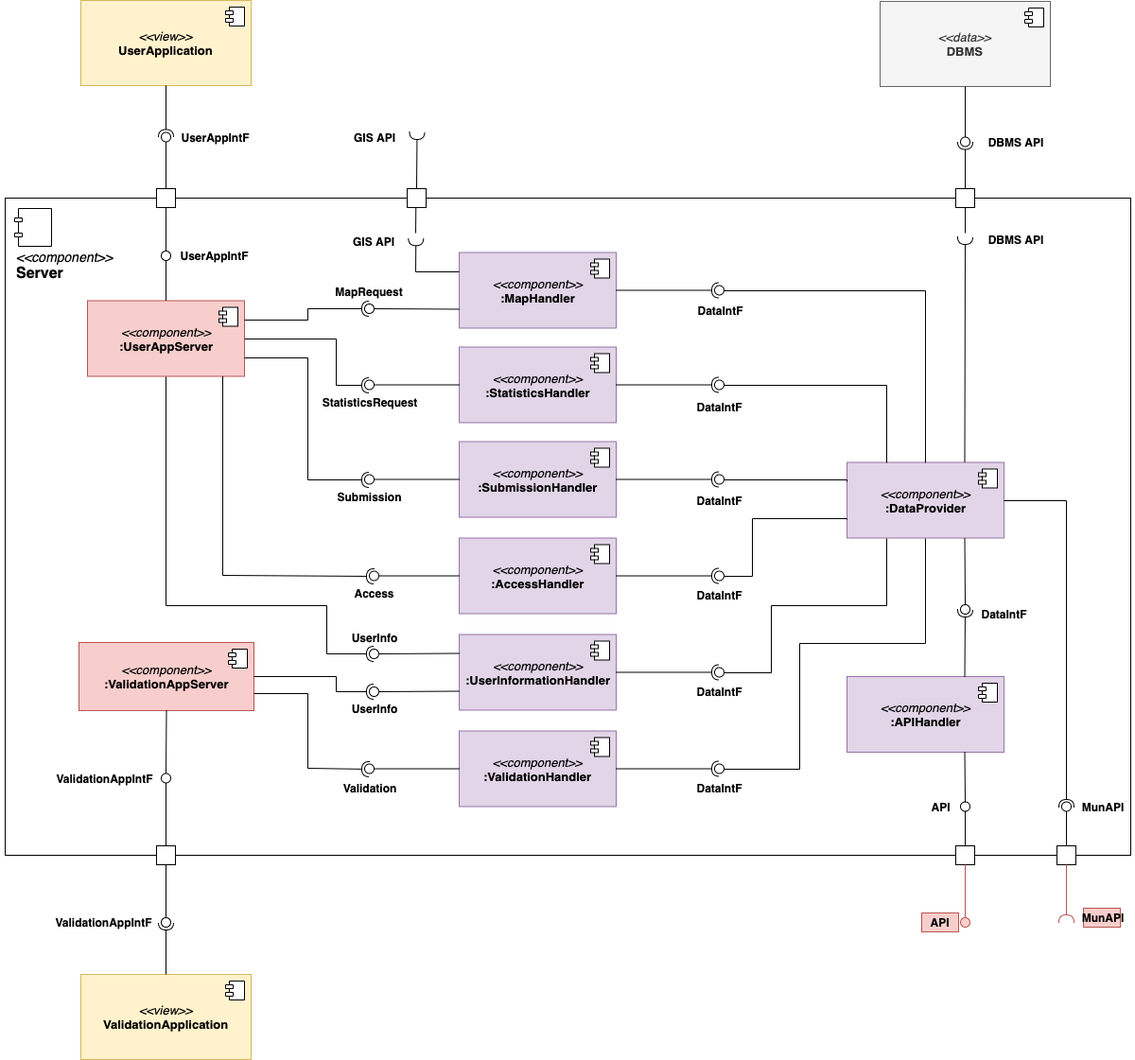
amecava/safestreets keeps this draw.io diagram as Releases/DD/img/diagrams/ServerComponent.png. Above is the earlier version. Source tidied: cells renumbered, new cells last; positions are measured from the earlier drawing's top-left corner, leaving out a move shared by most shapes.
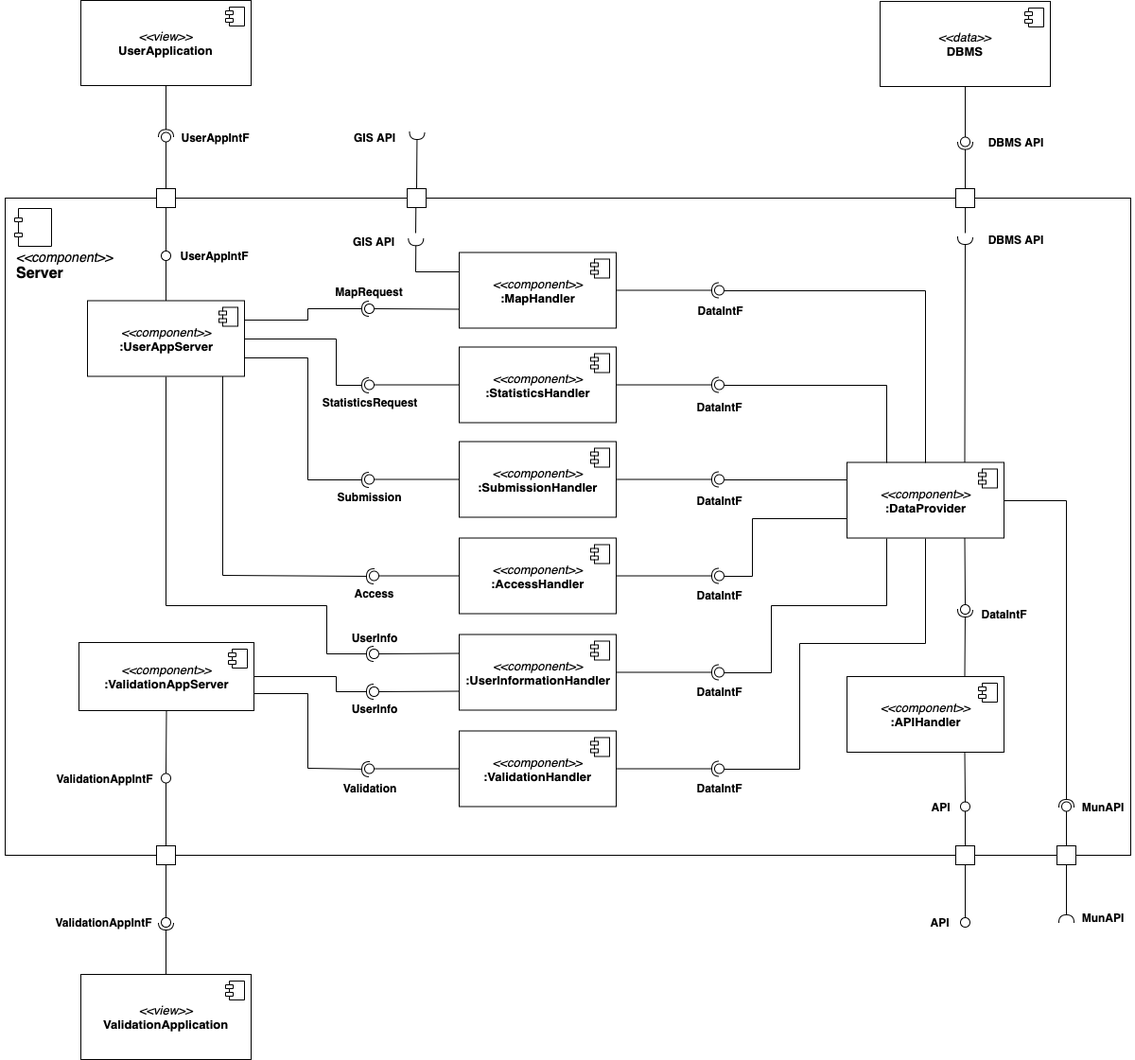
After the change.

Change to the diagram source:
```diff
@@ -10,7 +10,7 @@
         <mxPoint x="-1180" y="11" as="offset" />
       </mxGeometry>
     </mxCell>
-    <mxCell id="4" value="&lt;font style=&quot;font-size: 13px&quot;&gt;&lt;font style=&quot;text-align: left ; white-space: normal ; font-size: 13px&quot;&gt;&lt;i&gt;&amp;lt;&amp;lt;component&amp;gt;&amp;gt;&lt;/i&gt;&lt;br&gt;&lt;/font&gt;&lt;b style=&quot;text-align: left ; white-space: normal&quot;&gt;&lt;font style=&quot;font-size: 13px&quot;&gt;:UserAppServer&lt;/font&gt;&lt;/b&gt;&lt;/font&gt;" style="html=1;fillColor=#f8cecc;strokeColor=#b85450;" parent="2" vertex="1">
+    <mxCell id="4" value="&lt;font style=&quot;font-size: 13px&quot;&gt;&lt;font style=&quot;text-align: left ; white-space: normal ; font-size: 13px&quot;&gt;&lt;i&gt;&amp;lt;&amp;lt;component&amp;gt;&amp;gt;&lt;/i&gt;&lt;br&gt;&lt;/font&gt;&lt;b style=&quot;text-align: left ; white-space: normal&quot;&gt;&lt;font style=&quot;font-size: 13px&quot;&gt;:UserAppServer&lt;/font&gt;&lt;/b&gt;&lt;/font&gt;" style="html=1;" parent="2" vertex="1">
       <mxGeometry x="87" y="108.5" width="166" height="80" as="geometry" />
     </mxCell>
     <mxCell id="5" style="shape=component;jettyWidth=8;jettyHeight=4;" parent="4" vertex="1">
@@ -18,7 +18,7 @@
         <mxPoint x="-27" y="7" as="offset" />
       </mxGeometry>
     </mxCell>
-    <mxCell id="6" value="&lt;font style=&quot;font-size: 13px&quot;&gt;&lt;font style=&quot;text-align: left ; white-space: normal ; font-size: 13px&quot;&gt;&lt;i&gt;&amp;lt;&amp;lt;component&amp;gt;&amp;gt;&lt;/i&gt;&lt;br&gt;&lt;/font&gt;&lt;b style=&quot;text-align: left ; white-space: normal&quot;&gt;&lt;font style=&quot;font-size: 13px&quot;&gt;:ValidationAppServer&lt;/font&gt;&lt;/b&gt;&lt;/font&gt;" style="html=1;fillColor=#f8cecc;strokeColor=#b85450;" parent="2" vertex="1">
+    <mxCell id="6" value="&lt;font style=&quot;font-size: 13px&quot;&gt;&lt;font style=&quot;text-align: left ; white-space: normal ; font-size: 13px&quot;&gt;&lt;i&gt;&amp;lt;&amp;lt;component&amp;gt;&amp;gt;&lt;/i&gt;&lt;br&gt;&lt;/font&gt;&lt;b style=&quot;text-align: left ; white-space: normal&quot;&gt;&lt;font style=&quot;font-size: 13px&quot;&gt;:ValidationAppServer&lt;/font&gt;&lt;/b&gt;&lt;/font&gt;" style="html=1;" parent="2" vertex="1">
       <mxGeometry x="78" y="470" width="185" height="72" as="geometry" />
     </mxCell>
     <mxCell id="7" style="shape=component;jettyWidth=8;jettyHeight=4;" parent="6" vertex="1">
@@ -47,7 +47,7 @@
     <mxCell id="14" value="&lt;font style=&quot;font-size: 14px&quot;&gt;&lt;i&gt;&amp;lt;&amp;lt;component&amp;gt;&amp;gt;&lt;/i&gt;&lt;br&gt;&lt;/font&gt;&lt;b&gt;&lt;font style=&quot;font-size: 16px&quot;&gt;Server&lt;/font&gt;&lt;/b&gt;" style="text;html=1;strokeColor=none;fillColor=none;align=left;verticalAlign=middle;whiteSpace=wrap;rounded=0;" parent="2" vertex="1">
       <mxGeometry x="10" y="61" width="40" height="20" as="geometry" />
     </mxCell>
-    <mxCell id="15" value="&lt;font style=&quot;font-size: 13px&quot;&gt;&lt;font style=&quot;text-align: left ; white-space: normal ; font-size: 13px&quot;&gt;&lt;i&gt;&amp;lt;&amp;lt;component&amp;gt;&amp;gt;&lt;/i&gt;&lt;br&gt;&lt;/font&gt;&lt;b style=&quot;text-align: left ; white-space: normal&quot;&gt;&lt;font style=&quot;font-size: 13px&quot;&gt;:DataProvider&lt;/font&gt;&lt;/b&gt;&lt;/font&gt;" style="html=1;fillColor=#e1d5e7;strokeColor=#9673a6;" parent="2" vertex="1">
+    <mxCell id="15" value="&lt;font style=&quot;font-size: 13px&quot;&gt;&lt;font style=&quot;text-align: left ; white-space: normal ; font-size: 13px&quot;&gt;&lt;i&gt;&amp;lt;&amp;lt;component&amp;gt;&amp;gt;&lt;/i&gt;&lt;br&gt;&lt;/font&gt;&lt;b style=&quot;text-align: left ; white-space: normal&quot;&gt;&lt;font style=&quot;font-size: 13px&quot;&gt;:DataProvider&lt;/font&gt;&lt;/b&gt;&lt;/font&gt;" style="html=1;" parent="2" vertex="1">
       <mxGeometry x="890" y="279.5" width="166" height="80" as="geometry" />
     </mxCell>
     <mxCell id="16" style="shape=component;jettyWidth=8;jettyHeight=4;" parent="15" vertex="1">
@@ -55,7 +55,7 @@
         <mxPoint x="-27" y="7" as="offset" />
       </mxGeometry>
     </mxCell>
-    <mxCell id="17" value="&lt;font style=&quot;font-size: 13px&quot;&gt;&lt;font style=&quot;text-align: left ; white-space: normal ; font-size: 13px&quot;&gt;&lt;i&gt;&amp;lt;&amp;lt;component&amp;gt;&amp;gt;&lt;/i&gt;&lt;br&gt;&lt;/font&gt;&lt;b style=&quot;text-align: left ; white-space: normal&quot;&gt;&lt;font style=&quot;font-size: 13px&quot;&gt;:APIHandler&lt;/font&gt;&lt;/b&gt;&lt;/font&gt;" style="html=1;fillColor=#e1d5e7;strokeColor=#9673a6;" parent="2" vertex="1">
+    <mxCell id="17" value="&lt;font style=&quot;font-size: 13px&quot;&gt;&lt;font style=&quot;text-align: left ; white-space: normal ; font-size: 13px&quot;&gt;&lt;i&gt;&amp;lt;&amp;lt;component&amp;gt;&amp;gt;&lt;/i&gt;&lt;br&gt;&lt;/font&gt;&lt;b style=&quot;text-align: left ; white-space: normal&quot;&gt;&lt;font style=&quot;font-size: 13px&quot;&gt;:APIHandler&lt;/font&gt;&lt;/b&gt;&lt;/font&gt;" style="html=1;" parent="2" vertex="1">
       <mxGeometry x="890" y="506" width="166" height="80" as="geometry" />
     </mxCell>
     <mxCell id="18" style="shape=component;jettyWidth=8;jettyHeight=4;" parent="17" vertex="1">
@@ -63,7 +63,7 @@
         <mxPoint x="-27" y="7" as="offset" />
       </mxGeometry>
     </mxCell>
-    <mxCell id="19" value="&lt;font style=&quot;font-size: 13px&quot;&gt;&lt;font style=&quot;text-align: left ; white-space: normal ; font-size: 13px&quot;&gt;&lt;i&gt;&amp;lt;&amp;lt;component&amp;gt;&amp;gt;&lt;/i&gt;&lt;br&gt;&lt;/font&gt;&lt;b style=&quot;text-align: left ; white-space: normal&quot;&gt;&lt;font style=&quot;font-size: 13px&quot;&gt;:UserInformationHandler&lt;/font&gt;&lt;/b&gt;&lt;/font&gt;" style="html=1;fillColor=#e1d5e7;strokeColor=#9673a6;" parent="2" vertex="1">
+    <mxCell id="19" value="&lt;font style=&quot;font-size: 13px&quot;&gt;&lt;font style=&quot;text-align: left ; white-space: normal ; font-size: 13px&quot;&gt;&lt;i&gt;&amp;lt;&amp;lt;component&amp;gt;&amp;gt;&lt;/i&gt;&lt;br&gt;&lt;/font&gt;&lt;b style=&quot;text-align: left ; white-space: normal&quot;&gt;&lt;font style=&quot;font-size: 13px&quot;&gt;:UserInformationHandler&lt;/font&gt;&lt;/b&gt;&lt;/font&gt;" style="html=1;" parent="2" vertex="1">
       <mxGeometry x="480" y="461.5" width="166" height="80" as="geometry" />
     </mxCell>
     <mxCell id="20" style="shape=component;jettyWidth=8;jettyHeight=4;" parent="19" vertex="1">
@@ -71,7 +71,7 @@
         <mxPoint x="-27" y="7" as="offset" />
       </mxGeometry>
     </mxCell>
-    <mxCell id="21" value="&lt;font style=&quot;font-size: 13px&quot;&gt;&lt;font style=&quot;text-align: left ; white-space: normal ; font-size: 13px&quot;&gt;&lt;i&gt;&amp;lt;&amp;lt;component&amp;gt;&amp;gt;&lt;/i&gt;&lt;br&gt;&lt;/font&gt;&lt;b style=&quot;text-align: left ; white-space: normal&quot;&gt;&lt;font style=&quot;font-size: 13px&quot;&gt;:AccessHandler&lt;/font&gt;&lt;/b&gt;&lt;/font&gt;" style="html=1;fillColor=#e1d5e7;strokeColor=#9673a6;" parent="2" vertex="1">
+    <mxCell id="21" value="&lt;font style=&quot;font-size: 13px&quot;&gt;&lt;font style=&quot;text-align: left ; white-space: normal ; font-size: 13px&quot;&gt;&lt;i&gt;&amp;lt;&amp;lt;component&amp;gt;&amp;gt;&lt;/i&gt;&lt;br&gt;&lt;/font&gt;&lt;b style=&quot;text-align: left ; white-space: normal&quot;&gt;&lt;font style=&quot;font-size: 13px&quot;&gt;:AccessHandler&lt;/font&gt;&lt;/b&gt;&lt;/font&gt;" style="html=1;" parent="2" vertex="1">
       <mxGeometry x="480" y="359.5" width="166" height="80" as="geometry" />
     </mxCell>
     <mxCell id="22" style="shape=component;jettyWidth=8;jettyHeight=4;" parent="21" vertex="1">
@@ -79,7 +79,7 @@
         <mxPoint x="-27" y="7" as="offset" />
       </mxGeometry>
     </mxCell>
-    <mxCell id="23" value="&lt;font style=&quot;font-size: 13px&quot;&gt;&lt;font style=&quot;text-align: left ; white-space: normal ; font-size: 13px&quot;&gt;&lt;i&gt;&amp;lt;&amp;lt;component&amp;gt;&amp;gt;&lt;/i&gt;&lt;br&gt;&lt;/font&gt;&lt;b style=&quot;text-align: left ; white-space: normal&quot;&gt;&lt;font style=&quot;font-size: 13px&quot;&gt;:MapHandler&lt;/font&gt;&lt;/b&gt;&lt;/font&gt;" style="html=1;fillColor=#e1d5e7;strokeColor=#9673a6;" parent="2" vertex="1">
+    <mxCell id="23" value="&lt;font style=&quot;font-size: 13px&quot;&gt;&lt;font style=&quot;text-align: left ; white-space: normal ; font-size: 13px&quot;&gt;&lt;i&gt;&amp;lt;&amp;lt;component&amp;gt;&amp;gt;&lt;/i&gt;&lt;br&gt;&lt;/font&gt;&lt;b style=&quot;text-align: left ; white-space: normal&quot;&gt;&lt;font style=&quot;font-size: 13px&quot;&gt;:MapHandler&lt;/font&gt;&lt;/b&gt;&lt;/font&gt;" style="html=1;" parent="2" vertex="1">
       <mxGeometry x="480" y="57.5" width="166" height="80" as="geometry" />
     </mxCell>
     <mxCell id="24" style="shape=component;jettyWidth=8;jettyHeight=4;" parent="23" vertex="1">
@@ -87,7 +87,7 @@
         <mxPoint x="-27" y="7" as="offset" />
       </mxGeometry>
     </mxCell>
-    <mxCell id="25" value="&lt;font style=&quot;font-size: 13px&quot;&gt;&lt;font style=&quot;text-align: left ; white-space: normal ; font-size: 13px&quot;&gt;&lt;i&gt;&amp;lt;&amp;lt;component&amp;gt;&amp;gt;&lt;/i&gt;&lt;br&gt;&lt;/font&gt;&lt;b style=&quot;text-align: left ; white-space: normal&quot;&gt;&lt;font style=&quot;font-size: 13px&quot;&gt;:StatisticsHandler&lt;/font&gt;&lt;/b&gt;&lt;/font&gt;" style="html=1;fillColor=#e1d5e7;strokeColor=#9673a6;" parent="2" vertex="1">
+    <mxCell id="25" value="&lt;font style=&quot;font-size: 13px&quot;&gt;&lt;font style=&quot;text-align: left ; white-space: normal ; font-size: 13px&quot;&gt;&lt;i&gt;&amp;lt;&amp;lt;component&amp;gt;&amp;gt;&lt;/i&gt;&lt;br&gt;&lt;/font&gt;&lt;b style=&quot;text-align: left ; white-space: normal&quot;&gt;&lt;font style=&quot;font-size: 13px&quot;&gt;:StatisticsHandler&lt;/font&gt;&lt;/b&gt;&lt;/font&gt;" style="html=1;" parent="2" vertex="1">
       <mxGeometry x="480" y="157.5" width="166" height="80" as="geometry" />
     </mxCell>
     <mxCell id="26" style="shape=component;jettyWidth=8;jettyHeight=4;" parent="25" vertex="1">
@@ -95,7 +95,7 @@
         <mxPoint x="-27" y="7" as="offset" />
       </mxGeometry>
     </mxCell>
-    <mxCell id="27" value="&lt;font style=&quot;font-size: 13px&quot;&gt;&lt;font style=&quot;text-align: left ; white-space: normal ; font-size: 13px&quot;&gt;&lt;i&gt;&amp;lt;&amp;lt;component&amp;gt;&amp;gt;&lt;/i&gt;&lt;br&gt;&lt;/font&gt;&lt;b style=&quot;text-align: left ; white-space: normal&quot;&gt;&lt;font style=&quot;font-size: 13px&quot;&gt;:SubmissionHandler&lt;/font&gt;&lt;/b&gt;&lt;/font&gt;" style="html=1;fillColor=#e1d5e7;strokeColor=#9673a6;" parent="2" vertex="1">
+    <mxCell id="27" value="&lt;font style=&quot;font-size: 13px&quot;&gt;&lt;font style=&quot;text-align: left ; white-space: normal ; font-size: 13px&quot;&gt;&lt;i&gt;&amp;lt;&amp;lt;component&amp;gt;&amp;gt;&lt;/i&gt;&lt;br&gt;&lt;/font&gt;&lt;b style=&quot;text-align: left ; white-space: normal&quot;&gt;&lt;font style=&quot;font-size: 13px&quot;&gt;:SubmissionHandler&lt;/font&gt;&lt;/b&gt;&lt;/font&gt;" style="html=1;" parent="2" vertex="1">
       <mxGeometry x="480" y="257.5" width="166" height="80" as="geometry" />
     </mxCell>
     <mxCell id="28" style="shape=component;jettyWidth=8;jettyHeight=4;" parent="27" vertex="1">
@@ -103,7 +103,7 @@
         <mxPoint x="-27" y="7" as="offset" />
       </mxGeometry>
     </mxCell>
-    <mxCell id="29" value="&lt;font style=&quot;font-size: 13px&quot;&gt;&lt;font style=&quot;text-align: left ; white-space: normal ; font-size: 13px&quot;&gt;&lt;i&gt;&amp;lt;&amp;lt;component&amp;gt;&amp;gt;&lt;/i&gt;&lt;br&gt;&lt;/font&gt;&lt;b style=&quot;text-align: left ; white-space: normal&quot;&gt;&lt;font style=&quot;font-size: 13px&quot;&gt;:ValidationHandler&lt;/font&gt;&lt;/b&gt;&lt;/font&gt;" style="html=1;fillColor=#e1d5e7;strokeColor=#9673a6;" parent="2" vertex="1">
+    <mxCell id="29" value="&lt;font style=&quot;font-size: 13px&quot;&gt;&lt;font style=&quot;text-align: left ; white-space: normal ; font-size: 13px&quot;&gt;&lt;i&gt;&amp;lt;&amp;lt;component&amp;gt;&amp;gt;&lt;/i&gt;&lt;br&gt;&lt;/font&gt;&lt;b style=&quot;text-align: left ; white-space: normal&quot;&gt;&lt;font style=&quot;font-size: 13px&quot;&gt;:ValidationHandler&lt;/font&gt;&lt;/b&gt;&lt;/font&gt;" style="html=1;" parent="2" vertex="1">
       <mxGeometry x="480" y="563.5" width="166" height="80" as="geometry" />
     </mxCell>
     <mxCell id="30" style="shape=component;jettyWidth=8;jettyHeight=4;" parent="29" vertex="1">
@@ -388,7 +388,7 @@
     <mxCell id="99" value="&lt;b&gt;Validation&lt;br&gt;&lt;/b&gt;" style="text;html=1;strokeColor=none;fillColor=none;align=center;verticalAlign=middle;whiteSpace=wrap;rounded=0;" parent="2" vertex="1">
       <mxGeometry x="365.5" y="613.5" width="39" height="20" as="geometry" />
     </mxCell>
-    <mxCell id="100" value="&lt;font style=&quot;font-size: 13px ; text-align: left ; white-space: normal&quot;&gt;&lt;i&gt;&amp;lt;&amp;lt;view&amp;gt;&amp;gt;&lt;/i&gt;&lt;/font&gt;&lt;b style=&quot;font-size: 13px ; text-align: left ; white-space: normal&quot;&gt;&lt;br&gt;ValidationApplication&lt;/b&gt;" style="html=1;fillColor=#fff2cc;strokeColor=#d6b656;" parent="1" vertex="1">
+    <mxCell id="100" value="&lt;font style=&quot;font-size: 13px ; text-align: left ; white-space: normal&quot;&gt;&lt;i&gt;&amp;lt;&amp;lt;view&amp;gt;&amp;gt;&lt;/i&gt;&lt;/font&gt;&lt;b style=&quot;font-size: 13px ; text-align: left ; white-space: normal&quot;&gt;&lt;br&gt;ValidationApplication&lt;/b&gt;" style="html=1;" parent="1" vertex="1">
       <mxGeometry x="80" y="1030" width="180" height="90" as="geometry" />
     </mxCell>
     <mxCell id="101" style="shape=component;jettyWidth=8;jettyHeight=4;" parent="100" vertex="1">
@@ -396,7 +396,7 @@
         <mxPoint x="-27" y="7" as="offset" />
       </mxGeometry>
     </mxCell>
-    <mxCell id="102" value="&lt;font style=&quot;font-size: 13px&quot;&gt;&lt;font style=&quot;text-align: left ; white-space: normal ; font-size: 13px&quot;&gt;&lt;i&gt;&amp;lt;&amp;lt;view&amp;gt;&amp;gt;&lt;/i&gt;&lt;br&gt;&lt;/font&gt;&lt;b style=&quot;text-align: left ; white-space: normal&quot;&gt;&lt;font style=&quot;font-size: 13px&quot;&gt;UserApplication&lt;/font&gt;&lt;/b&gt;&lt;/font&gt;" style="html=1;fillColor=#fff2cc;strokeColor=#d6b656;" parent="1" vertex="1">
+    <mxCell id="102" value="&lt;font style=&quot;font-size: 13px&quot;&gt;&lt;font style=&quot;text-align: left ; white-space: normal ; font-size: 13px&quot;&gt;&lt;i&gt;&amp;lt;&amp;lt;view&amp;gt;&amp;gt;&lt;/i&gt;&lt;br&gt;&lt;/font&gt;&lt;b style=&quot;text-align: left ; white-space: normal&quot;&gt;&lt;font style=&quot;font-size: 13px&quot;&gt;UserApplication&lt;/font&gt;&lt;/b&gt;&lt;/font&gt;" style="html=1;" parent="1" vertex="1">
       <mxGeometry x="80" width="180" height="90" as="geometry" />
     </mxCell>
     <mxCell id="103" style="shape=component;jettyWidth=8;jettyHeight=4;" parent="102" vertex="1">
@@ -422,7 +422,7 @@
     <mxCell id="109" style="ellipse;whiteSpace=wrap;html=1;fontFamily=Helvetica;fontSize=12;fontColor=#000000;align=center;strokeColor=#000000;fillColor=#ffffff;points=[];" parent="1" vertex="1">
       <mxGeometry x="165" y="970" width="10" height="10" as="geometry" />
     </mxCell>
-    <mxCell id="110" value="&lt;font style=&quot;font-size: 13px ; text-align: left ; white-space: normal&quot;&gt;&lt;i&gt;&amp;lt;&amp;lt;data&amp;gt;&amp;gt;&lt;/i&gt;&lt;br&gt;&lt;/font&gt;&lt;b style=&quot;font-size: 13px ; text-align: left ; white-space: normal&quot;&gt;DBMS&lt;/b&gt;" style="html=1;fillColor=#f5f5f5;strokeColor=#666666;fontColor=#333333;" parent="1" vertex="1">
+    <mxCell id="110" value="&lt;font style=&quot;font-size: 13px ; text-align: left ; white-space: normal&quot;&gt;&lt;i&gt;&amp;lt;&amp;lt;data&amp;gt;&amp;gt;&lt;/i&gt;&lt;br&gt;&lt;/font&gt;&lt;b style=&quot;font-size: 13px ; text-align: left ; white-space: normal&quot;&gt;DBMS&lt;/b&gt;" style="html=1;" parent="1" vertex="1">
       <mxGeometry x="925" y="1" width="180" height="90" as="geometry" />
     </mxCell>
     <mxCell id="111" style="shape=component;jettyWidth=8;jettyHeight=4;" parent="110" vertex="1">
@@ -448,10 +448,10 @@
     <mxCell id="117" style="whiteSpace=wrap;html=1;" parent="1" vertex="1">
       <mxGeometry x="1005" y="894" width="20" height="20" as="geometry" />
     </mxCell>
-    <mxCell id="118" style="rounded=0;jettySize=auto;html=1;endArrow=none;endFill=0;exitX=0.5;exitY=1;exitDx=0;exitDy=0;fillColor=#f8cecc;strokeColor=#b85450;" parent="1" edge="1" source="117" target="119">
+    <mxCell id="118" style="rounded=0;jettySize=auto;html=1;endArrow=none;endFill=0;exitX=0.5;exitY=1;exitDx=0;exitDy=0;" parent="1" edge="1" source="117" target="119">
       <mxGeometry relative="1" as="geometry" />
     </mxCell>
-    <mxCell id="119" style="ellipse;whiteSpace=wrap;html=1;fontFamily=Helvetica;fontSize=12;align=center;strokeColor=#b85450;fillColor=#f8cecc;points=[];" parent="1" vertex="1">
+    <mxCell id="119" style="ellipse;whiteSpace=wrap;html=1;fontFamily=Helvetica;fontSize=12;fontColor=#000000;align=center;strokeColor=#000000;fillColor=#ffffff;points=[];" parent="1" vertex="1">
       <mxGeometry x="1010" y="970" width="10" height="10" as="geometry" />
     </mxCell>
     <mxCell id="120" style="rounded=0;jettySize=auto;html=1;endArrow=none;endFill=0;exitX=0.5;exitY=0;exitDx=0;exitDy=0;entryX=0.5;entryY=0.967;entryDx=0;entryDy=0;entryPerimeter=0;" parent="1" edge="1" source="117" target="75">
@@ -468,7 +468,7 @@
     <mxCell id="123" style="whiteSpace=wrap;html=1;" parent="1" vertex="1">
       <mxGeometry x="425" y="199" width="20" height="20" as="geometry" />
     </mxCell>
-    <mxCell id="124" style="rounded=0;jettySize=auto;html=1;endArrow=halfCircle;endFill=0;endSize=6;strokeWidth=1;exitX=0.5;exitY=1;exitDx=0;exitDy=0;fillColor=#f8cecc;strokeColor=#b85450;" parent="1" edge="1" source="121">
+    <mxCell id="124" style="rounded=0;jettySize=auto;html=1;endArrow=halfCircle;endFill=0;endSize=6;strokeWidth=1;exitX=0.5;exitY=1;exitDx=0;exitDy=0;" parent="1" edge="1" source="121">
       <mxGeometry relative="1" as="geometry">
         <mxPoint x="1122" y="975" as="targetPoint" />
       </mxGeometry>
@@ -497,10 +497,10 @@
     <mxCell id="131" value="&lt;b&gt;ValidationAppIntF&lt;/b&gt;" style="text;html=1;strokeColor=none;fillColor=none;align=center;verticalAlign=middle;whiteSpace=wrap;rounded=0;" parent="1" vertex="1">
       <mxGeometry x="72" y="965" width="64" height="20" as="geometry" />
     </mxCell>
-    <mxCell id="132" value="&lt;b&gt;API&lt;/b&gt;" style="text;html=1;strokeColor=#b85450;fillColor=#f8cecc;align=center;verticalAlign=middle;whiteSpace=wrap;rounded=0;" parent="1" vertex="1">
+    <mxCell id="132" value="&lt;b&gt;API&lt;/b&gt;" style="text;html=1;strokeColor=none;fillColor=none;align=center;verticalAlign=middle;whiteSpace=wrap;rounded=0;" parent="1" vertex="1">
       <mxGeometry x="969" y="965" width="39" height="20" as="geometry" />
     </mxCell>
-    <mxCell id="133" value="&lt;b&gt;MunAPI&lt;/b&gt;" style="text;html=1;strokeColor=#b85450;fillColor=#f8cecc;align=center;verticalAlign=middle;whiteSpace=wrap;rounded=0;" parent="1" vertex="1">
+    <mxCell id="133" value="&lt;b&gt;MunAPI&lt;/b&gt;" style="text;html=1;strokeColor=none;fillColor=none;align=center;verticalAlign=middle;whiteSpace=wrap;rounded=0;" parent="1" vertex="1">
       <mxGeometry x="1140" y="960" width="39" height="20" as="geometry" />
     </mxCell>
   </root>
```
